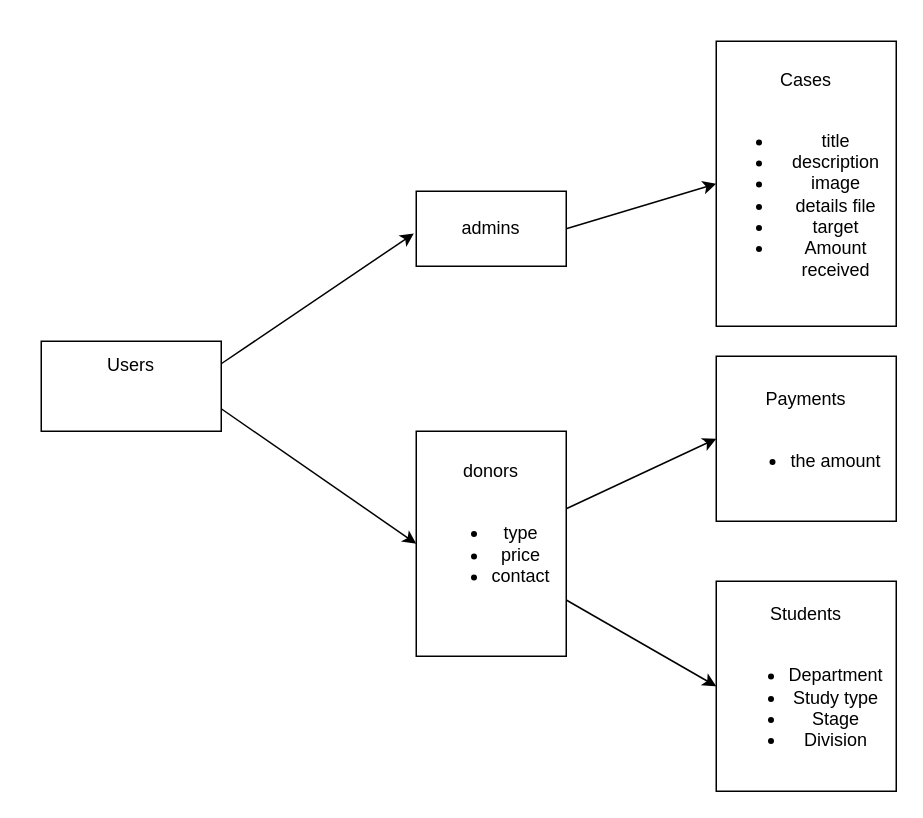
The draw.io diagram db_draw/main.drawio in Gruce/abdulkareem-for-charity, before the edit. Source tidied: cells renumbered, new cells numbered last; positions are measured from the earlier drawing's top-left corner, leaving out a move shared by most shapes. Both pictures are drawn from the tidied source at 150%, with x=0, y=0 at pixel (40, 40).
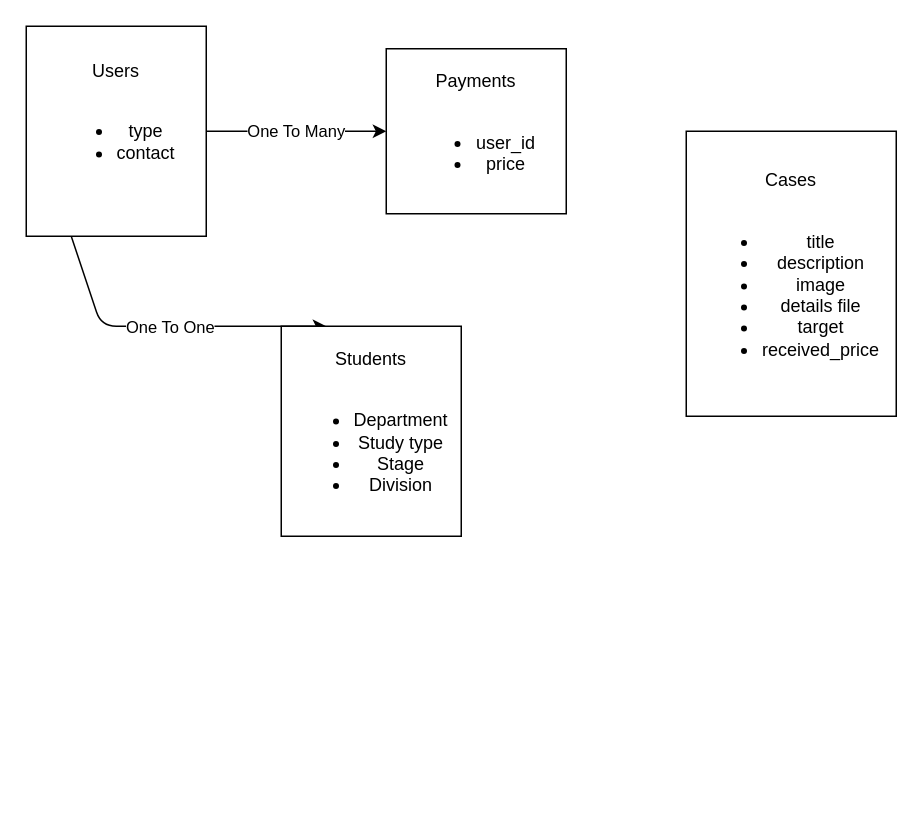
The same diagram, later.

The edit, as a diff of the source:
```diff
@@
 <mxGraphModel>
   <root>
     <mxCell id="0" />
     <mxCell id="1" parent="0" />
-    <mxCell id="2" style="edgeStyle=none;html=1;exitX=1;exitY=0.25;exitDx=0;exitDy=0;entryX=-0.016;entryY=0.563;entryDx=0;entryDy=0;entryPerimeter=0;" parent="1" edge="1" source="4" target="9">
-      <mxGeometry relative="1" as="geometry" />
-    </mxCell>
-    <mxCell id="3" style="edgeStyle=none;html=1;exitX=1;exitY=0.75;exitDx=0;exitDy=0;entryX=0;entryY=0.5;entryDx=0;entryDy=0;" parent="1" edge="1" source="4" target="7">
-      <mxGeometry relative="1" as="geometry" />
-    </mxCell>
+    <mxCell id="13" value="One To Many" style="edgeStyle=none;html=1;exitX=1;exitY=0.5;exitDx=0;exitDy=0;entryX=0;entryY=0.5;entryDx=0;entryDy=0;" parent="1" edge="1" source="4" target="12">
+      <mxGeometry relative="1" as="geometry" />
+    </mxCell>
+    <mxCell id="14" style="edgeStyle=none;html=1;exitX=0.25;exitY=1;exitDx=0;exitDy=0;entryX=0.25;entryY=0;entryDx=0;entryDy=0;" parent="1" edge="1" source="4" target="10">
+      <mxGeometry relative="1" as="geometry">
+        <Array as="points">
+          <mxPoint x="40" y="190" />
+        </Array>
+      </mxGeometry>
+    </mxCell>
+    <mxCell id="15" value="One To One" style="edgeLabel;html=1;align=center;verticalAlign=middle;" parent="14" vertex="1">
+      <mxGeometry x="0.02" relative="1" as="geometry" />
+    </mxCell>
-    <mxCell id="4" value="Users&lt;br&gt;&lt;br&gt;&amp;nbsp;" style="whiteSpace=wrap;html=1;" parent="1" vertex="1">
-      <mxGeometry y="200" width="120" height="60" as="geometry" />
+    <mxCell id="4" value="Users&lt;br&gt;&lt;br&gt;&lt;ul&gt;&lt;li&gt;type&lt;/li&gt;&lt;li&gt;contact&lt;/li&gt;&lt;span&gt;&amp;nbsp;&lt;/span&gt;&lt;/ul&gt;" style="whiteSpace=wrap;html=1;" parent="1" vertex="1">
+      <mxGeometry x="-10" y="-10" width="120" height="140" as="geometry" />
     </mxCell>
-    <mxCell id="5" style="edgeStyle=none;html=1;entryX=0;entryY=0.5;entryDx=0;entryDy=0;" parent="1" edge="1" source="7" target="12">
-      <mxGeometry relative="1" as="geometry" />
-    </mxCell>
-    <mxCell id="6" style="edgeStyle=none;html=1;exitX=1;exitY=0.75;exitDx=0;exitDy=0;entryX=0;entryY=0.5;entryDx=0;entryDy=0;" parent="1" edge="1" source="7" target="10">
-      <mxGeometry relative="1" as="geometry" />
-    </mxCell>
-    <mxCell id="7" value="donors&lt;br&gt;&lt;br&gt;&lt;ul&gt;&lt;li&gt;type&lt;/li&gt;&lt;li&gt;price&lt;/li&gt;&lt;li&gt;contact&lt;/li&gt;&lt;/ul&gt;&amp;nbsp;" style="whiteSpace=wrap;html=1;" parent="1" vertex="1">
-      <mxGeometry x="250" y="260" width="100" height="150" as="geometry" />
-    </mxCell>
-    <mxCell id="8" style="edgeStyle=none;html=1;exitX=1;exitY=0.5;exitDx=0;exitDy=0;entryX=0;entryY=0.5;entryDx=0;entryDy=0;" parent="1" edge="1" source="9" target="11">
-      <mxGeometry relative="1" as="geometry" />
-    </mxCell>
-    <mxCell id="9" value="admins&lt;br&gt;" style="whiteSpace=wrap;html=1;" parent="1" vertex="1">
-      <mxGeometry x="250" y="100" width="100" height="50" as="geometry" />
-    </mxCell>
     <mxCell id="10" value="Students&lt;br&gt;&lt;br&gt;&lt;ul&gt;&lt;li&gt;Department&lt;/li&gt;&lt;li&gt;Study type&lt;br&gt;&lt;/li&gt;&lt;li&gt;Stage&lt;/li&gt;&lt;li&gt;Division&lt;/li&gt;&lt;/ul&gt;" style="whiteSpace=wrap;html=1;" parent="1" vertex="1">
-      <mxGeometry x="450" y="360" width="120" height="140" as="geometry" />
+      <mxGeometry x="160" y="190" width="120" height="140" as="geometry" />
     </mxCell>
-    <mxCell id="11" value="Cases&lt;br&gt;&lt;br&gt;&lt;ul&gt;&lt;li&gt;title&lt;/li&gt;&lt;li&gt;description&lt;/li&gt;&lt;li&gt;image&lt;/li&gt;&lt;li&gt;details file&lt;/li&gt;&lt;li&gt;target&lt;/li&gt;&lt;li&gt;Amount received&lt;br&gt;&lt;/li&gt;&lt;/ul&gt;" style="whiteSpace=wrap;html=1;" parent="1" vertex="1">
-      <mxGeometry x="450" width="120" height="190" as="geometry" />
+    <mxCell id="11" value="Cases&lt;br&gt;&lt;br&gt;&lt;ul&gt;&lt;li&gt;title&lt;/li&gt;&lt;li&gt;description&lt;/li&gt;&lt;li&gt;image&lt;/li&gt;&lt;li&gt;details file&lt;/li&gt;&lt;li&gt;target&lt;/li&gt;&lt;li&gt;received_price&lt;/li&gt;&lt;/ul&gt;" style="whiteSpace=wrap;html=1;" parent="1" vertex="1">
+      <mxGeometry x="430" y="60" width="140" height="190" as="geometry" />
     </mxCell>
-    <mxCell id="12" value="Payments&lt;br&gt;&lt;br&gt;&lt;ul&gt;&lt;li&gt;the amount&lt;/li&gt;&lt;/ul&gt;" style="whiteSpace=wrap;html=1;" parent="1" vertex="1">
-      <mxGeometry x="450" y="210" width="120" height="110" as="geometry" />
+    <mxCell id="12" value="Payments&lt;br&gt;&lt;br&gt;&lt;ul&gt;&lt;li&gt;user_id&lt;/li&gt;&lt;li&gt;price&lt;/li&gt;&lt;/ul&gt;" style="whiteSpace=wrap;html=1;" parent="1" vertex="1">
+      <mxGeometry x="230" y="5" width="120" height="110" as="geometry" />
     </mxCell>
   </root>
 </mxGraphModel>
```
